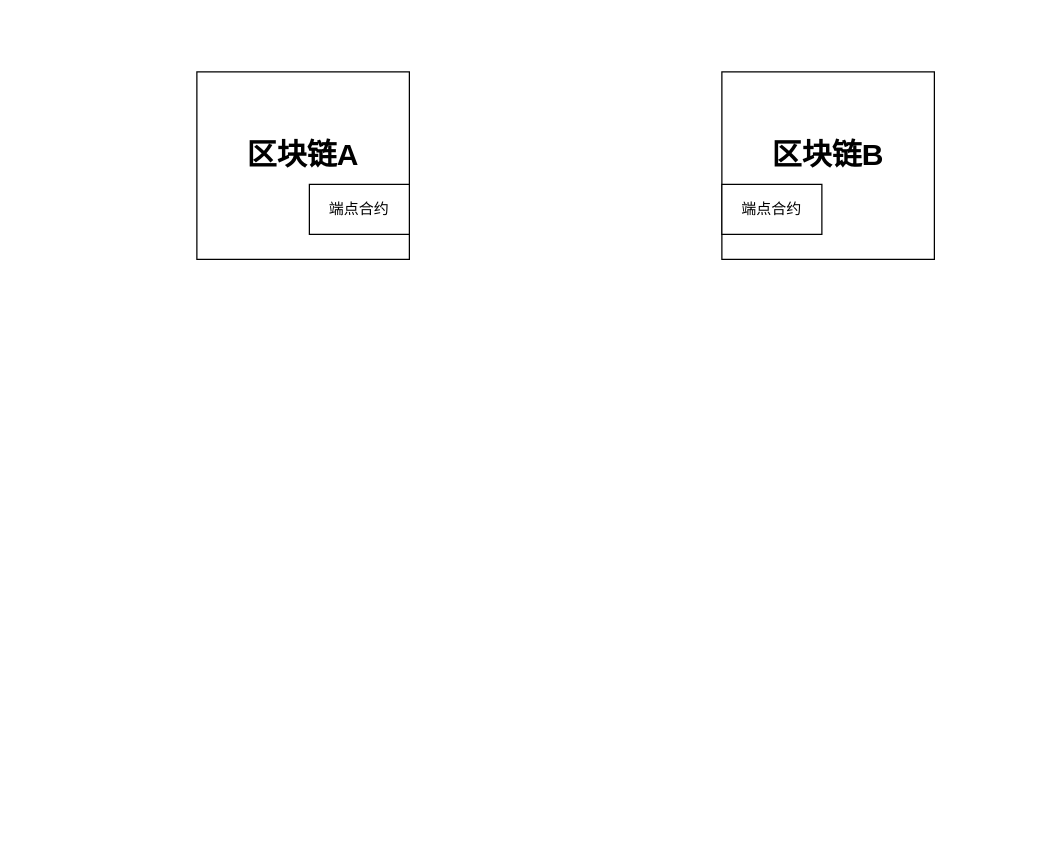
Before: layerZero.drawio in ForLina/sxc_contract, a draw.io diagram. Source tidied: cells renumbered, new cells numbered last; positions are measured from the earlier drawing's top-left corner, leaving out a move shared by most shapes. Both pictures are drawn from the tidied source at 125%, with x=0, y=0 at pixel (196, 71).
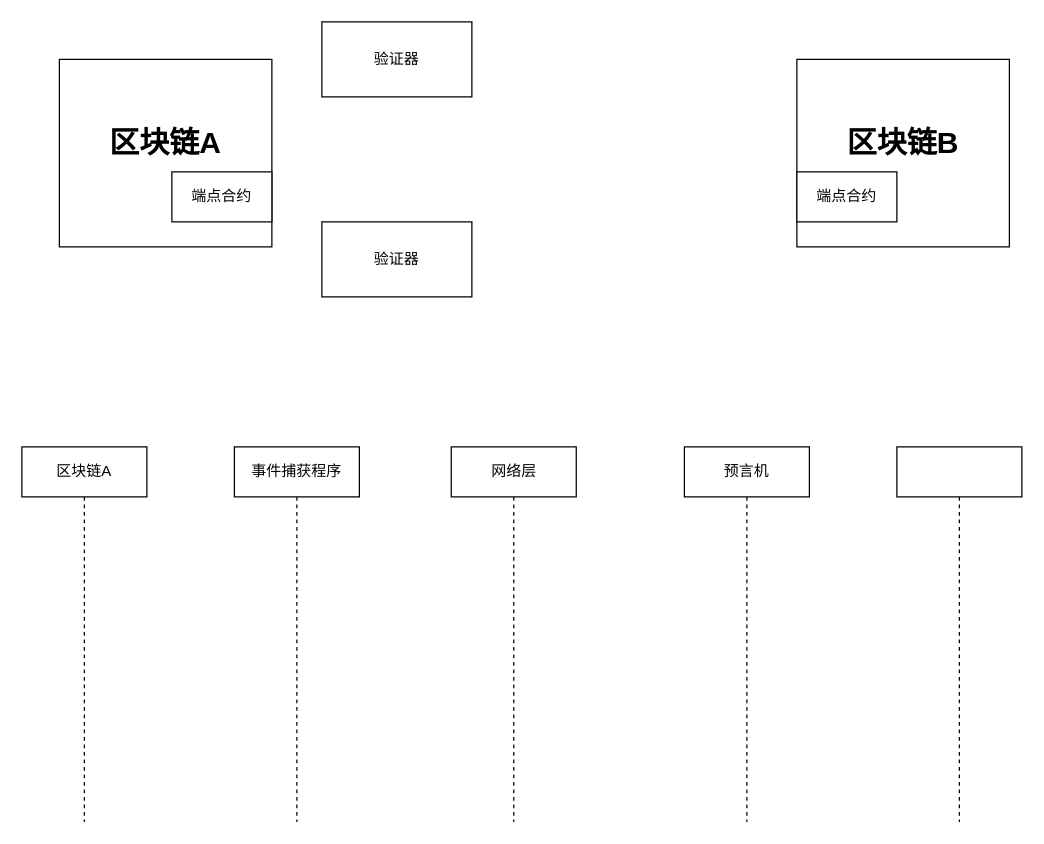
The same diagram, later.

Diff of the diagram source:
```diff
@@
 <mxGraphModel>
   <root>
     <mxCell id="0" />
     <mxCell id="1" parent="0" />
     <mxCell id="2" style="group;" parent="1" vertex="1">
-      <mxGeometry y="40" width="170" height="110" as="geometry" />
+      <mxGeometry x="-110" y="30" width="170" height="110" as="geometry" />
     </mxCell>
     <mxCell id="3" value="&lt;h1 style=&quot;margin-top: 0px;&quot;&gt;区块链A&lt;/h1&gt;" style="rounded=0;whiteSpace=wrap;html=1;align=center;" parent="2" vertex="1">
       <mxGeometry y="-40" width="170" height="150" as="geometry" />
     </mxCell>
     <mxCell id="4" value="端点合约" style="rounded=0;whiteSpace=wrap;html=1;" parent="2" vertex="1">
       <mxGeometry x="90" y="50" width="80" height="40" as="geometry" />
     </mxCell>
     <mxCell id="5" style="group;" parent="1" vertex="1">
-      <mxGeometry x="420" y="40" width="170" height="110" as="geometry" />
+      <mxGeometry x="480" y="30" width="170" height="110" as="geometry" />
     </mxCell>
     <mxCell id="6" value="&lt;h1 style=&quot;margin-top: 0px;&quot;&gt;区块链B&lt;/h1&gt;" style="rounded=0;whiteSpace=wrap;html=1;align=center;" parent="5" vertex="1">
       <mxGeometry y="-40" width="170" height="150" as="geometry" />
     </mxCell>
     <mxCell id="7" value="端点合约" style="rounded=0;whiteSpace=wrap;html=1;" parent="5" vertex="1">
       <mxGeometry y="50" width="80" height="40" as="geometry" />
     </mxCell>
+    <mxCell id="8" value="验证器" style="rounded=0;whiteSpace=wrap;html=1;" parent="1" vertex="1">
+      <mxGeometry x="100" y="120" width="120" height="60" as="geometry" />
+    </mxCell>
+    <mxCell id="9" value="验证器" style="rounded=0;whiteSpace=wrap;html=1;" parent="1" vertex="1">
+      <mxGeometry x="100" y="-40" width="120" height="60" as="geometry" />
+    </mxCell>
+    <mxCell id="10" value="区块链A" style="shape=umlLifeline;perimeter=lifelinePerimeter;whiteSpace=wrap;html=1;newEdgeStyle={&quot;curved&quot;:0,&quot;rounded&quot;:0};" parent="1" vertex="1">
+      <mxGeometry x="-140" y="300" width="100" height="300" as="geometry" />
+    </mxCell>
+    <mxCell id="11" value="事件捕获程序" style="shape=umlLifeline;perimeter=lifelinePerimeter;whiteSpace=wrap;html=1;newEdgeStyle={&quot;curved&quot;:0,&quot;rounded&quot;:0};" parent="1" vertex="1">
+      <mxGeometry x="30" y="300" width="100" height="300" as="geometry" />
+    </mxCell>
+    <mxCell id="12" value="网络层" style="shape=umlLifeline;perimeter=lifelinePerimeter;whiteSpace=wrap;html=1;newEdgeStyle={&quot;curved&quot;:0,&quot;rounded&quot;:0};" parent="1" vertex="1">
+      <mxGeometry x="203.5" y="300" width="100" height="300" as="geometry" />
+    </mxCell>
+    <mxCell id="13" value="预言机" style="shape=umlLifeline;perimeter=lifelinePerimeter;whiteSpace=wrap;html=1;newEdgeStyle={&quot;curved&quot;:0,&quot;rounded&quot;:0};" parent="1" vertex="1">
+      <mxGeometry x="390" y="300" width="100" height="300" as="geometry" />
+    </mxCell>
+    <mxCell id="14" style="shape=umlLifeline;perimeter=lifelinePerimeter;whiteSpace=wrap;html=1;newEdgeStyle={&quot;curved&quot;:0,&quot;rounded&quot;:0};" parent="1" vertex="1">
+      <mxGeometry x="560" y="300" width="100" height="300" as="geometry" />
+    </mxCell>
   </root>
 </mxGraphModel>
```
